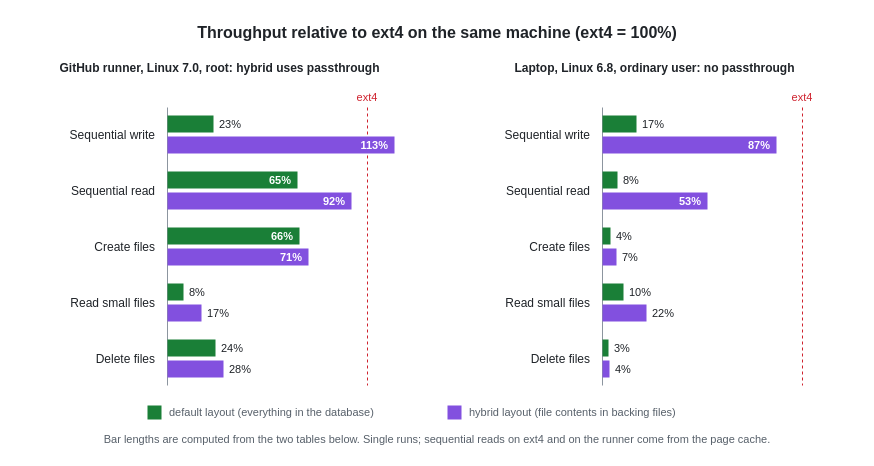
This is docs/diagrams/benchmark.drawio from ChadiDridi/tuplefs, a draw.io file, before an edit. Source tidied: cells renumbered, new cells numbered last; positions are measured from the earlier drawing's top-left corner, leaving out a move shared by most shapes. Both pictures are drawn from the tidied source at 100%, with x=0, y=0 at pixel (17, 17).
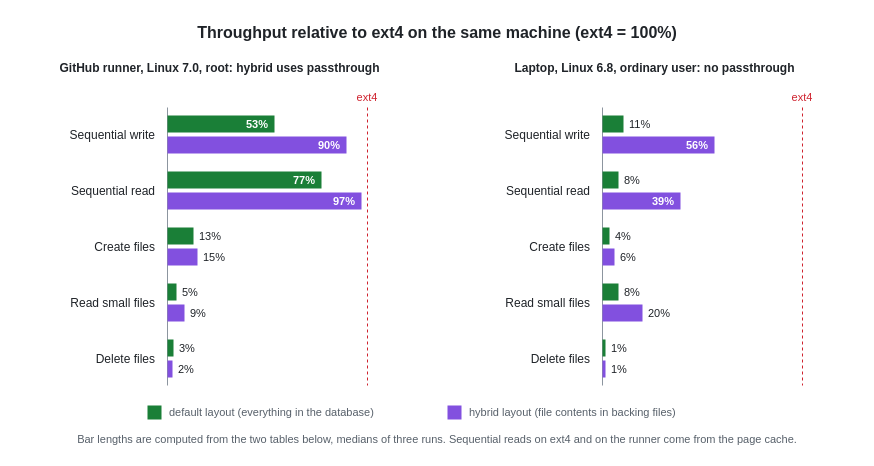
After the change.

Commit message (it also covers changes not shown here):
README: refresh the benchmark from medians of three runs, add a hybrid versus default comparison

The tables were from single runs made before later changes, and no longer
matched what CI prints. They now hold medians of three runs, the chart is
regenerated from them, and the summary states the ratios those numbers give:
with passthrough the hybrid layout reaches 90% of ext4 on sequential writes
and 97% on reads; metadata is 6.6 to 70 times slower than ext4 in both
layouts.

Change to the diagram source:
```diff
@@
     <mxCell id="8" style="rounded=0;fillColor=#1a7f37;strokeColor=none;rounded=0;" parent="1" vertex="1">
-      <mxGeometry x="150" y="98" width="46" height="17" as="geometry" />
+      <mxGeometry x="150" y="98" width="107" height="17" as="geometry" />
     </mxCell>
-    <mxCell id="9" value="23%" style="text;html=1;whiteSpace=wrap;align=left;verticalAlign=middle;fontSize=11;fontStyle=0;fontColor=#1f2328;fontFamily=Helvetica;strokeColor=none;fillColor=none;" parent="1" vertex="1">
-      <mxGeometry x="200" y="97" width="46" height="19" as="geometry" />
+    <mxCell id="9" value="53%" style="text;html=1;whiteSpace=wrap;align=right;verticalAlign=middle;fontSize=11;fontStyle=1;fontColor=#ffffff;fontFamily=Helvetica;strokeColor=none;fillColor=none;" parent="1" vertex="1">
+      <mxGeometry x="207" y="97" width="46" height="19" as="geometry" />
     </mxCell>
     <mxCell id="10" style="rounded=0;fillColor=#8250df;strokeColor=none;rounded=0;" parent="1" vertex="1">
-      <mxGeometry x="150" y="119" width="227" height="17" as="geometry" />
+      <mxGeometry x="150" y="119" width="179" height="17" as="geometry" />
     </mxCell>
-    <mxCell id="11" value="113%" style="text;html=1;whiteSpace=wrap;align=right;verticalAlign=middle;fontSize=11;fontStyle=1;fontColor=#ffffff;fontFamily=Helvetica;strokeColor=none;fillColor=none;" parent="1" vertex="1">
-      <mxGeometry x="327" y="118" width="46" height="19" as="geometry" />
+    <mxCell id="11" value="90%" style="text;html=1;whiteSpace=wrap;align=right;verticalAlign=middle;fontSize=11;fontStyle=1;fontColor=#ffffff;fontFamily=Helvetica;strokeColor=none;fillColor=none;" parent="1" vertex="1">
+      <mxGeometry x="279" y="118" width="46" height="19" as="geometry" />
     </mxCell>
@@
     <mxCell id="13" style="rounded=0;fillColor=#1a7f37;strokeColor=none;rounded=0;" parent="1" vertex="1">
-      <mxGeometry x="150" y="154" width="130" height="17" as="geometry" />
+      <mxGeometry x="150" y="154" width="154" height="17" as="geometry" />
     </mxCell>
-    <mxCell id="14" value="65%" style="text;html=1;whiteSpace=wrap;align=right;verticalAlign=middle;fontSize=11;fontStyle=1;fontColor=#ffffff;fontFamily=Helvetica;strokeColor=none;fillColor=none;" parent="1" vertex="1">
-      <mxGeometry x="230" y="153" width="46" height="19" as="geometry" />
+    <mxCell id="14" value="77%" style="text;html=1;whiteSpace=wrap;align=right;verticalAlign=middle;fontSize=11;fontStyle=1;fontColor=#ffffff;fontFamily=Helvetica;strokeColor=none;fillColor=none;" parent="1" vertex="1">
+      <mxGeometry x="254" y="153" width="46" height="19" as="geometry" />
     </mxCell>
     <mxCell id="15" style="rounded=0;fillColor=#8250df;strokeColor=none;rounded=0;" parent="1" vertex="1">
-      <mxGeometry x="150" y="175" width="184" height="17" as="geometry" />
+      <mxGeometry x="150" y="175" width="194" height="17" as="geometry" />
     </mxCell>
-    <mxCell id="16" value="92%" style="text;html=1;whiteSpace=wrap;align=right;verticalAlign=middle;fontSize=11;fontStyle=1;fontColor=#ffffff;fontFamily=Helvetica;strokeColor=none;fillColor=none;" parent="1" vertex="1">
-      <mxGeometry x="284" y="174" width="46" height="19" as="geometry" />
+    <mxCell id="16" value="97%" style="text;html=1;whiteSpace=wrap;align=right;verticalAlign=middle;fontSize=11;fontStyle=1;fontColor=#ffffff;fontFamily=Helvetica;strokeColor=none;fillColor=none;" parent="1" vertex="1">
+      <mxGeometry x="294" y="174" width="46" height="19" as="geometry" />
     </mxCell>
@@
     <mxCell id="18" style="rounded=0;fillColor=#1a7f37;strokeColor=none;rounded=0;" parent="1" vertex="1">
-      <mxGeometry x="150" y="210" width="132" height="17" as="geometry" />
+      <mxGeometry x="150" y="210" width="26" height="17" as="geometry" />
     </mxCell>
-    <mxCell id="19" value="66%" style="text;html=1;whiteSpace=wrap;align=right;verticalAlign=middle;fontSize=11;fontStyle=1;fontColor=#ffffff;fontFamily=Helvetica;strokeColor=none;fillColor=none;" parent="1" vertex="1">
-      <mxGeometry x="232" y="209" width="46" height="19" as="geometry" />
+    <mxCell id="19" value="13%" style="text;html=1;whiteSpace=wrap;align=left;verticalAlign=middle;fontSize=11;fontStyle=0;fontColor=#1f2328;fontFamily=Helvetica;strokeColor=none;fillColor=none;" parent="1" vertex="1">
+      <mxGeometry x="180" y="209" width="46" height="19" as="geometry" />
     </mxCell>
     <mxCell id="20" style="rounded=0;fillColor=#8250df;strokeColor=none;rounded=0;" parent="1" vertex="1">
-      <mxGeometry x="150" y="231" width="141" height="17" as="geometry" />
+      <mxGeometry x="150" y="231" width="30" height="17" as="geometry" />
     </mxCell>
-    <mxCell id="21" value="71%" style="text;html=1;whiteSpace=wrap;align=right;verticalAlign=middle;fontSize=11;fontStyle=1;fontColor=#ffffff;fontFamily=Helvetica;strokeColor=none;fillColor=none;" parent="1" vertex="1">
-      <mxGeometry x="241" y="230" width="46" height="19" as="geometry" />
+    <mxCell id="21" value="15%" style="text;html=1;whiteSpace=wrap;align=left;verticalAlign=middle;fontSize=11;fontStyle=0;fontColor=#1f2328;fontFamily=Helvetica;strokeColor=none;fillColor=none;" parent="1" vertex="1">
+      <mxGeometry x="184" y="230" width="46" height="19" as="geometry" />
     </mxCell>
@@
     <mxCell id="23" style="rounded=0;fillColor=#1a7f37;strokeColor=none;rounded=0;" parent="1" vertex="1">
-      <mxGeometry x="150" y="266" width="16" height="17" as="geometry" />
+      <mxGeometry x="150" y="266" width="9" height="17" as="geometry" />
     </mxCell>
-    <mxCell id="24" value="8%" style="text;html=1;whiteSpace=wrap;align=left;verticalAlign=middle;fontSize=11;fontStyle=0;fontColor=#1f2328;fontFamily=Helvetica;strokeColor=none;fillColor=none;" parent="1" vertex="1">
-      <mxGeometry x="170" y="265" width="46" height="19" as="geometry" />
+    <mxCell id="24" value="5%" style="text;html=1;whiteSpace=wrap;align=left;verticalAlign=middle;fontSize=11;fontStyle=0;fontColor=#1f2328;fontFamily=Helvetica;strokeColor=none;fillColor=none;" parent="1" vertex="1">
+      <mxGeometry x="163" y="265" width="46" height="19" as="geometry" />
     </mxCell>
     <mxCell id="25" style="rounded=0;fillColor=#8250df;strokeColor=none;rounded=0;" parent="1" vertex="1">
-      <mxGeometry x="150" y="287" width="34" height="17" as="geometry" />
+      <mxGeometry x="150" y="287" width="17" height="17" as="geometry" />
     </mxCell>
-    <mxCell id="26" value="17%" style="text;html=1;whiteSpace=wrap;align=left;verticalAlign=middle;fontSize=11;fontStyle=0;fontColor=#1f2328;fontFamily=Helvetica;strokeColor=none;fillColor=none;" parent="1" vertex="1">
-      <mxGeometry x="188" y="286" width="46" height="19" as="geometry" />
+    <mxCell id="26" value="9%" style="text;html=1;whiteSpace=wrap;align=left;verticalAlign=middle;fontSize=11;fontStyle=0;fontColor=#1f2328;fontFamily=Helvetica;strokeColor=none;fillColor=none;" parent="1" vertex="1">
+      <mxGeometry x="171" y="286" width="46" height="19" as="geometry" />
     </mxCell>
@@
     <mxCell id="28" style="rounded=0;fillColor=#1a7f37;strokeColor=none;rounded=0;" parent="1" vertex="1">
-      <mxGeometry x="150" y="322" width="48" height="17" as="geometry" />
+      <mxGeometry x="150" y="322" width="6" height="17" as="geometry" />
     </mxCell>
-    <mxCell id="29" value="24%" style="text;html=1;whiteSpace=wrap;align=left;verticalAlign=middle;fontSize=11;fontStyle=0;fontColor=#1f2328;fontFamily=Helvetica;strokeColor=none;fillColor=none;" parent="1" vertex="1">
-      <mxGeometry x="202" y="321" width="46" height="19" as="geometry" />
+    <mxCell id="29" value="3%" style="text;html=1;whiteSpace=wrap;align=left;verticalAlign=middle;fontSize=11;fontStyle=0;fontColor=#1f2328;fontFamily=Helvetica;strokeColor=none;fillColor=none;" parent="1" vertex="1">
+      <mxGeometry x="160" y="321" width="46" height="19" as="geometry" />
     </mxCell>
     <mxCell id="30" style="rounded=0;fillColor=#8250df;strokeColor=none;rounded=0;" parent="1" vertex="1">
-      <mxGeometry x="150" y="343" width="56" height="17" as="geometry" />
+      <mxGeometry x="150" y="343" width="5" height="17" as="geometry" />
     </mxCell>
-    <mxCell id="31" value="28%" style="text;html=1;whiteSpace=wrap;align=left;verticalAlign=middle;fontSize=11;fontStyle=0;fontColor=#1f2328;fontFamily=Helvetica;strokeColor=none;fillColor=none;" parent="1" vertex="1">
-      <mxGeometry x="210" y="342" width="46" height="19" as="geometry" />
+    <mxCell id="31" value="2%" style="text;html=1;whiteSpace=wrap;align=left;verticalAlign=middle;fontSize=11;fontStyle=0;fontColor=#1f2328;fontFamily=Helvetica;strokeColor=none;fillColor=none;" parent="1" vertex="1">
+      <mxGeometry x="159" y="342" width="46" height="19" as="geometry" />
     </mxCell>
@@
     <mxCell id="37" style="rounded=0;fillColor=#1a7f37;strokeColor=none;rounded=0;" parent="1" vertex="1">
-      <mxGeometry x="585" y="98" width="34" height="17" as="geometry" />
+      <mxGeometry x="585" y="98" width="21" height="17" as="geometry" />
     </mxCell>
-    <mxCell id="38" value="17%" style="text;html=1;whiteSpace=wrap;align=left;verticalAlign=middle;fontSize=11;fontStyle=0;fontColor=#1f2328;fontFamily=Helvetica;strokeColor=none;fillColor=none;" parent="1" vertex="1">
-      <mxGeometry x="623" y="97" width="46" height="19" as="geometry" />
+    <mxCell id="38" value="11%" style="text;html=1;whiteSpace=wrap;align=left;verticalAlign=middle;fontSize=11;fontStyle=0;fontColor=#1f2328;fontFamily=Helvetica;strokeColor=none;fillColor=none;" parent="1" vertex="1">
+      <mxGeometry x="610" y="97" width="46" height="19" as="geometry" />
     </mxCell>
     <mxCell id="39" style="rounded=0;fillColor=#8250df;strokeColor=none;rounded=0;" parent="1" vertex="1">
-      <mxGeometry x="585" y="119" width="174" height="17" as="geometry" />
+      <mxGeometry x="585" y="119" width="112" height="17" as="geometry" />
     </mxCell>
-    <mxCell id="40" value="87%" style="text;html=1;whiteSpace=wrap;align=right;verticalAlign=middle;fontSize=11;fontStyle=1;fontColor=#ffffff;fontFamily=Helvetica;strokeColor=none;fillColor=none;" parent="1" vertex="1">
-      <mxGeometry x="709" y="118" width="46" height="19" as="geometry" />
+    <mxCell id="40" value="56%" style="text;html=1;whiteSpace=wrap;align=right;verticalAlign=middle;fontSize=11;fontStyle=1;fontColor=#ffffff;fontFamily=Helvetica;strokeColor=none;fillColor=none;" parent="1" vertex="1">
+      <mxGeometry x="647" y="118" width="46" height="19" as="geometry" />
     </mxCell>
@@
     <mxCell id="42" style="rounded=0;fillColor=#1a7f37;strokeColor=none;rounded=0;" parent="1" vertex="1">
-      <mxGeometry x="585" y="154" width="15" height="17" as="geometry" />
+      <mxGeometry x="585" y="154" width="16" height="17" as="geometry" />
     </mxCell>
     <mxCell id="43" value="8%" style="text;html=1;whiteSpace=wrap;align=left;verticalAlign=middle;fontSize=11;fontStyle=0;fontColor=#1f2328;fontFamily=Helvetica;strokeColor=none;fillColor=none;" parent="1" vertex="1">
-      <mxGeometry x="604" y="153" width="46" height="19" as="geometry" />
+      <mxGeometry x="605" y="153" width="46" height="19" as="geometry" />
     </mxCell>
     <mxCell id="44" style="rounded=0;fillColor=#8250df;strokeColor=none;rounded=0;" parent="1" vertex="1">
-      <mxGeometry x="585" y="175" width="105" height="17" as="geometry" />
+      <mxGeometry x="585" y="175" width="78" height="17" as="geometry" />
     </mxCell>
-    <mxCell id="45" value="53%" style="text;html=1;whiteSpace=wrap;align=right;verticalAlign=middle;fontSize=11;fontStyle=1;fontColor=#ffffff;fontFamily=Helvetica;strokeColor=none;fillColor=none;" parent="1" vertex="1">
-      <mxGeometry x="640" y="174" width="46" height="19" as="geometry" />
+    <mxCell id="45" value="39%" style="text;html=1;whiteSpace=wrap;align=right;verticalAlign=middle;fontSize=11;fontStyle=1;fontColor=#ffffff;fontFamily=Helvetica;strokeColor=none;fillColor=none;" parent="1" vertex="1">
+      <mxGeometry x="613" y="174" width="46" height="19" as="geometry" />
     </mxCell>
@@
     <mxCell id="47" style="rounded=0;fillColor=#1a7f37;strokeColor=none;rounded=0;" parent="1" vertex="1">
-      <mxGeometry x="585" y="210" width="8" height="17" as="geometry" />
+      <mxGeometry x="585" y="210" width="7" height="17" as="geometry" />
     </mxCell>
     <mxCell id="48" value="4%" style="text;html=1;whiteSpace=wrap;align=left;verticalAlign=middle;fontSize=11;fontStyle=0;fontColor=#1f2328;fontFamily=Helvetica;strokeColor=none;fillColor=none;" parent="1" vertex="1">
-      <mxGeometry x="597" y="209" width="46" height="19" as="geometry" />
+      <mxGeometry x="596" y="209" width="46" height="19" as="geometry" />
     </mxCell>
     <mxCell id="49" style="rounded=0;fillColor=#8250df;strokeColor=none;rounded=0;" parent="1" vertex="1">
-      <mxGeometry x="585" y="231" width="14" height="17" as="geometry" />
+      <mxGeometry x="585" y="231" width="12" height="17" as="geometry" />
     </mxCell>
-    <mxCell id="50" value="7%" style="text;html=1;whiteSpace=wrap;align=left;verticalAlign=middle;fontSize=11;fontStyle=0;fontColor=#1f2328;fontFamily=Helvetica;strokeColor=none;fillColor=none;" parent="1" vertex="1">
-      <mxGeometry x="603" y="230" width="46" height="19" as="geometry" />
+    <mxCell id="50" value="6%" style="text;html=1;whiteSpace=wrap;align=left;verticalAlign=middle;fontSize=11;fontStyle=0;fontColor=#1f2328;fontFamily=Helvetica;strokeColor=none;fillColor=none;" parent="1" vertex="1">
+      <mxGeometry x="601" y="230" width="46" height="19" as="geometry" />
     </mxCell>
@@
     <mxCell id="52" style="rounded=0;fillColor=#1a7f37;strokeColor=none;rounded=0;" parent="1" vertex="1">
-      <mxGeometry x="585" y="266" width="21" height="17" as="geometry" />
+      <mxGeometry x="585" y="266" width="16" height="17" as="geometry" />
     </mxCell>
-    <mxCell id="53" value="10%" style="text;html=1;whiteSpace=wrap;align=left;verticalAlign=middle;fontSize=11;fontStyle=0;fontColor=#1f2328;fontFamily=Helvetica;strokeColor=none;fillColor=none;" parent="1" vertex="1">
-      <mxGeometry x="610" y="265" width="46" height="19" as="geometry" />
+    <mxCell id="53" value="8%" style="text;html=1;whiteSpace=wrap;align=left;verticalAlign=middle;fontSize=11;fontStyle=0;fontColor=#1f2328;fontFamily=Helvetica;strokeColor=none;fillColor=none;" parent="1" vertex="1">
+      <mxGeometry x="605" y="265" width="46" height="19" as="geometry" />
     </mxCell>
     <mxCell id="54" style="rounded=0;fillColor=#8250df;strokeColor=none;rounded=0;" parent="1" vertex="1">
-      <mxGeometry x="585" y="287" width="44" height="17" as="geometry" />
+      <mxGeometry x="585" y="287" width="40" height="17" as="geometry" />
     </mxCell>
-    <mxCell id="55" value="22%" style="text;html=1;whiteSpace=wrap;align=left;verticalAlign=middle;fontSize=11;fontStyle=0;fontColor=#1f2328;fontFamily=Helvetica;strokeColor=none;fillColor=none;" parent="1" vertex="1">
-      <mxGeometry x="633" y="286" width="46" height="19" as="geometry" />
+    <mxCell id="55" value="20%" style="text;html=1;whiteSpace=wrap;align=left;verticalAlign=middle;fontSize=11;fontStyle=0;fontColor=#1f2328;fontFamily=Helvetica;strokeColor=none;fillColor=none;" parent="1" vertex="1">
+      <mxGeometry x="629" y="286" width="46" height="19" as="geometry" />
     </mxCell>
@@
     <mxCell id="57" style="rounded=0;fillColor=#1a7f37;strokeColor=none;rounded=0;" parent="1" vertex="1">
-      <mxGeometry x="585" y="322" width="6" height="17" as="geometry" />
+      <mxGeometry x="585" y="322" width="3" height="17" as="geometry" />
     </mxCell>
-    <mxCell id="58" value="3%" style="text;html=1;whiteSpace=wrap;align=left;verticalAlign=middle;fontSize=11;fontStyle=0;fontColor=#1f2328;fontFamily=Helvetica;strokeColor=none;fillColor=none;" parent="1" vertex="1">
-      <mxGeometry x="595" y="321" width="46" height="19" as="geometry" />
+    <mxCell id="58" value="1%" style="text;html=1;whiteSpace=wrap;align=left;verticalAlign=middle;fontSize=11;fontStyle=0;fontColor=#1f2328;fontFamily=Helvetica;strokeColor=none;fillColor=none;" parent="1" vertex="1">
+      <mxGeometry x="592" y="321" width="46" height="19" as="geometry" />
     </mxCell>
     <mxCell id="59" style="rounded=0;fillColor=#8250df;strokeColor=none;rounded=0;" parent="1" vertex="1">
-      <mxGeometry x="585" y="343" width="7" height="17" as="geometry" />
+      <mxGeometry x="585" y="343" width="3" height="17" as="geometry" />
     </mxCell>
-    <mxCell id="60" value="4%" style="text;html=1;whiteSpace=wrap;align=left;verticalAlign=middle;fontSize=11;fontStyle=0;fontColor=#1f2328;fontFamily=Helvetica;strokeColor=none;fillColor=none;" parent="1" vertex="1">
-      <mxGeometry x="596" y="342" width="46" height="19" as="geometry" />
+    <mxCell id="60" value="1%" style="text;html=1;whiteSpace=wrap;align=left;verticalAlign=middle;fontSize=11;fontStyle=0;fontColor=#1f2328;fontFamily=Helvetica;strokeColor=none;fillColor=none;" parent="1" vertex="1">
+      <mxGeometry x="592" y="342" width="46" height="19" as="geometry" />
     </mxCell>
@@
-    <mxCell id="65" value="Bar lengths are computed from the two tables below. Single runs; sequential reads on ext4 and on the runner come from the page cache." style="text;html=1;whiteSpace=wrap;align=center;verticalAlign=middle;fontSize=11;fontStyle=0;fontColor=#57606a;fontFamily=Helvetica;strokeColor=none;fillColor=none;" parent="1" vertex="1">
+    <mxCell id="65" value="Bar lengths are computed from the two tables below, medians of three runs. Sequential reads on ext4 and on the runner come from the page cache." style="text;html=1;whiteSpace=wrap;align=center;verticalAlign=middle;fontSize=11;fontStyle=0;fontColor=#57606a;fontFamily=Helvetica;strokeColor=none;fillColor=none;" parent="1" vertex="1">
       <mxGeometry y="412" width="840" height="20" as="geometry" />
     </mxCell>
```
